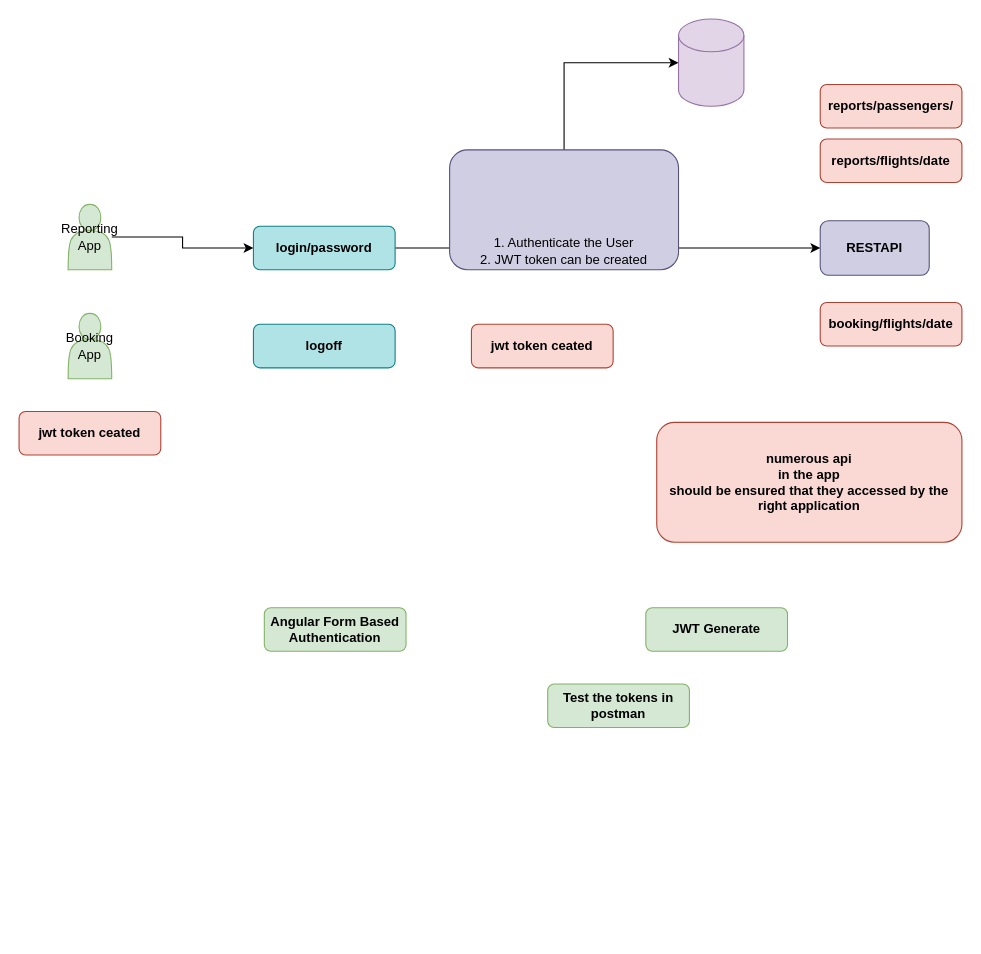
The draw.io diagram page "Authentication" (8 of 9) of ANGULAR/Angular.drawio in nathub071122/natGIT, before the edit. Source tidied: cells renumbered, new cells numbered last; positions are measured from the earlier drawing's top-left corner, leaving out a move shared by most shapes. Both pictures are drawn from the tidied source at 109%, with x=0, y=0 at pixel (19, 19).
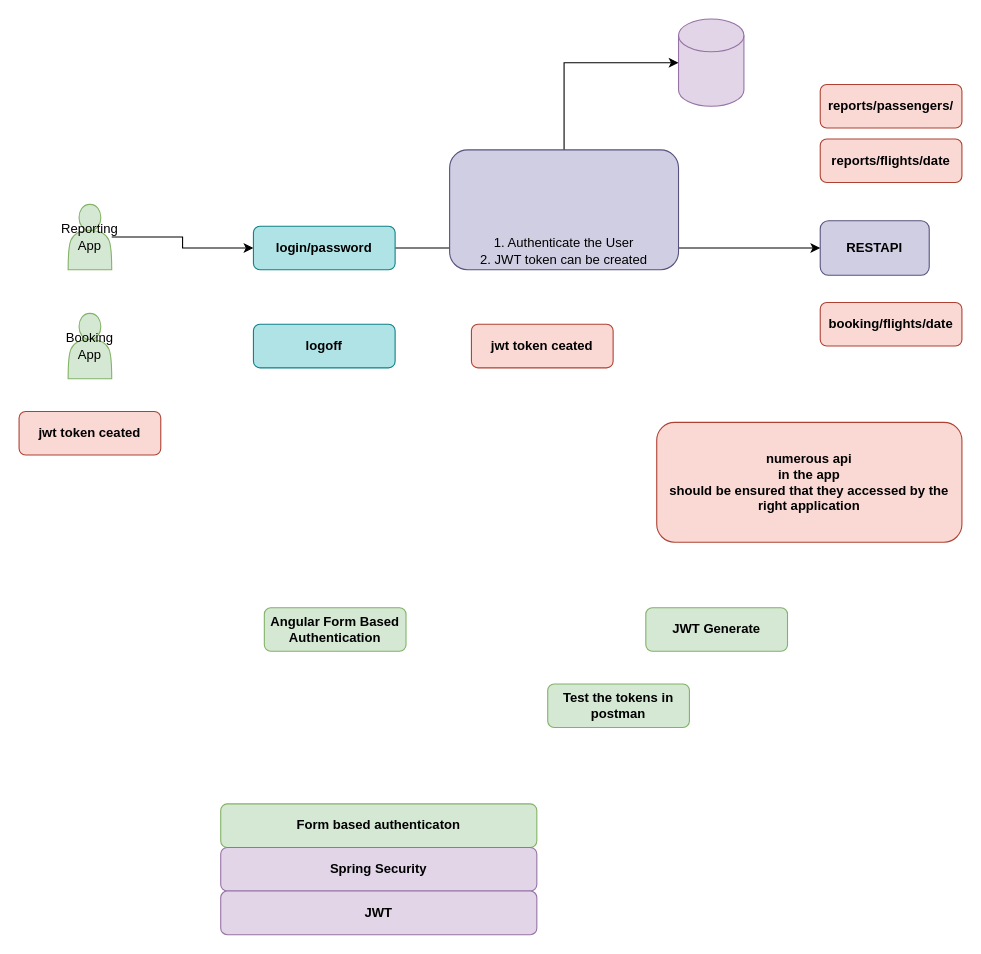
The same diagram, later.

The edit, as a diff of the source:
```diff
@@
+    <mxCell id="21" value="Form based authenticaton" style="rounded=1;whiteSpace=wrap;html=1;fillColor=#d5e8d4;strokeColor=#82b366;fontStyle=1;verticalAlign=middle;" parent="1" vertex="1">
+      <mxGeometry x="185" y="720" width="290" height="40" as="geometry" />
+    </mxCell>
+    <mxCell id="22" value="Spring Security" style="rounded=1;whiteSpace=wrap;html=1;fillColor=#e1d5e7;strokeColor=#9673a6;fontStyle=1;verticalAlign=middle;" parent="1" vertex="1">
+      <mxGeometry x="185" y="760" width="290" height="40" as="geometry" />
+    </mxCell>
+    <mxCell id="23" value="JWT" style="rounded=1;whiteSpace=wrap;html=1;fillColor=#e1d5e7;strokeColor=#9673a6;fontStyle=1;verticalAlign=middle;" parent="1" vertex="1">
+      <mxGeometry x="185" y="800" width="290" height="40" as="geometry" />
+    </mxCell>
```
